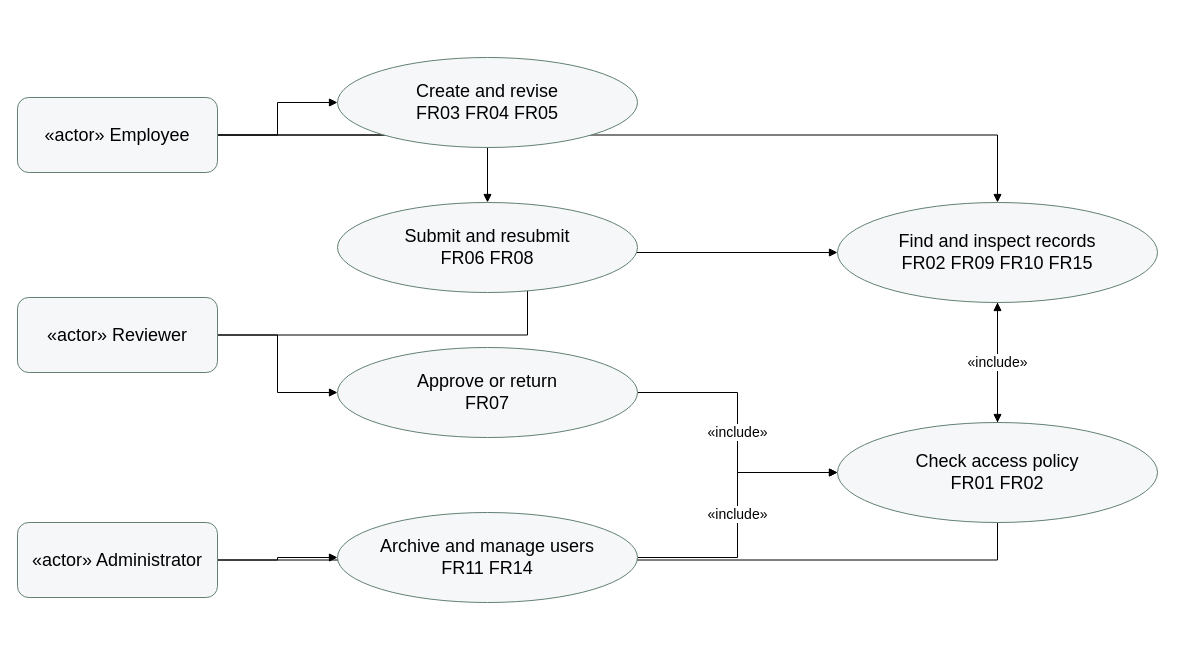
Above: diagrams/use_cases.drawio in disasq/electronic-document-flow-system (draw.io), before the change. Source tidied: cells renumbered, new cells numbered last; positions are measured from the earlier drawing's top-left corner, leaving out a move shared by most shapes. Both pictures are drawn from the tidied source at 100%, with x=0, y=0 at pixel (17, 57).
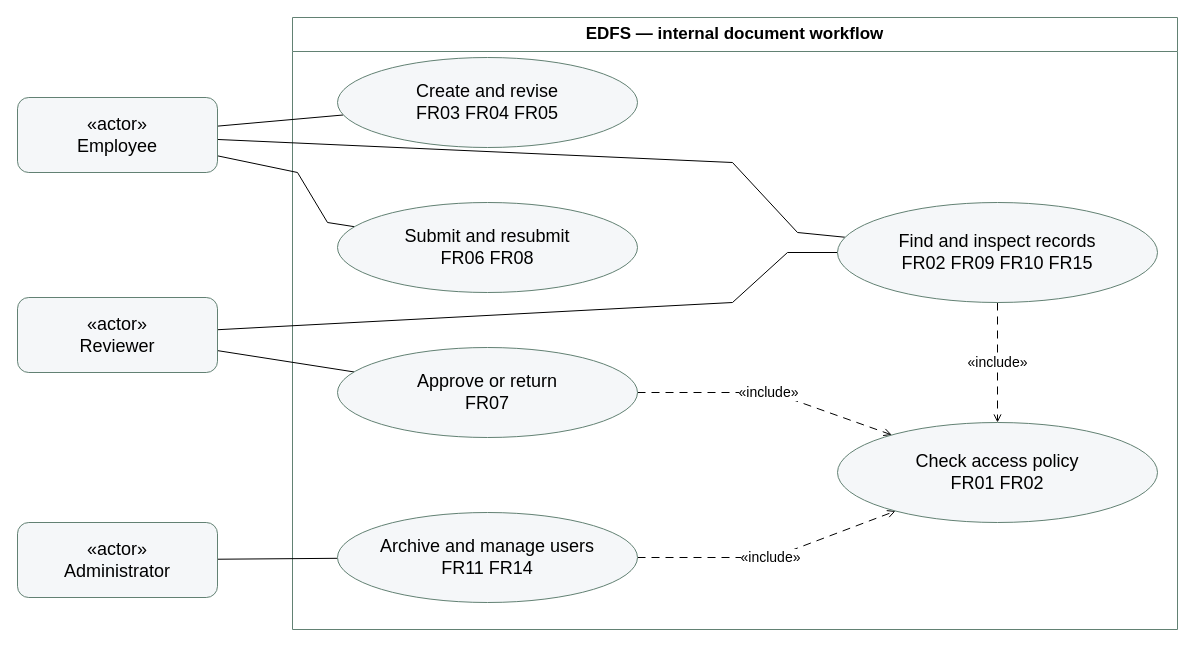
The same diagram, later.

The change refers to these unchanged cells:
```xml
<mxCell id="15" value="Create and revise&lt;br&gt;FR03 FR04 FR05" style="ellipse;whiteSpace=wrap;html=1;fillColor=#f5f7f9;strokeColor=#628173;fontSize=18;" parent="1" vertex="1">
  <mxGeometry x="320" width="300" height="90" as="geometry" />
</mxCell>
<mxCell id="16" value="Submit and resubmit&lt;br&gt;FR06 FR08" style="ellipse;whiteSpace=wrap;html=1;fillColor=#f5f7f9;strokeColor=#628173;fontSize=18;" parent="1" vertex="1">
  <mxGeometry x="320" y="145" width="300" height="90" as="geometry" />
</mxCell>
<mxCell id="17" value="Approve or return&lt;br&gt;FR07" style="ellipse;whiteSpace=wrap;html=1;fillColor=#f5f7f9;strokeColor=#628173;fontSize=18;" parent="1" vertex="1">
  <mxGeometry x="320" y="290" width="300" height="90" as="geometry" />
</mxCell>
<mxCell id="18" value="Archive and manage users&lt;br&gt;FR11 FR14" style="ellipse;whiteSpace=wrap;html=1;fillColor=#f5f7f9;strokeColor=#628173;fontSize=18;" parent="1" vertex="1">
  <mxGeometry x="320" y="455" width="300" height="90" as="geometry" />
</mxCell>
<mxCell id="19" value="Find and inspect records&lt;br&gt;FR02 FR09 FR10 FR15" style="ellipse;whiteSpace=wrap;html=1;fillColor=#f5f7f9;strokeColor=#628173;fontSize=18;" parent="1" vertex="1">
  <mxGeometry x="820" y="145" width="320" height="100" as="geometry" />
</mxCell>
<mxCell id="20" value="Check access policy&lt;br&gt;FR01 FR02" style="ellipse;whiteSpace=wrap;html=1;fillColor=#f5f7f9;strokeColor=#628173;fontSize=18;" parent="1" vertex="1">
  <mxGeometry x="820" y="365" width="320" height="100" as="geometry" />
</mxCell>
```

What changed in the source:
```diff
@@
+    <mxCell id="21" value="EDFS — internal document workflow" style="swimlane;startSize=34;horizontal=1;rounded=0;whiteSpace=wrap;html=1;fillColor=#ffffff;strokeColor=#628173;fontSize=17;fontStyle=1;" parent="1" vertex="1">
+      <mxGeometry x="275" y="-40" width="885" height="612" as="geometry" />
+    </mxCell>
-    <mxCell id="2" style="edgeStyle=orthogonalEdgeStyle;rounded=0;endArrow=block;html=1;fontSize=14;" parent="1" edge="1" source="12" target="15">
+    <mxCell id="2" style="edgeStyle=none;rounded=0;html=1;fontSize=14;startArrow=none;endArrow=none;" parent="1" edge="1" source="12" target="15">
       <mxGeometry relative="1" as="geometry" />
     </mxCell>
-    <mxCell id="3" style="edgeStyle=orthogonalEdgeStyle;rounded=0;endArrow=block;html=1;fontSize=14;" parent="1" edge="1" source="12" target="16">
-      <mxGeometry relative="1" as="geometry" />
+    <mxCell id="3" style="edgeStyle=none;rounded=0;html=1;fontSize=14;startArrow=none;endArrow=none;" parent="1" edge="1" source="12" target="16">
+      <mxGeometry relative="1" as="geometry">
+        <Array as="points">
+          <mxPoint x="280" y="115" />
+          <mxPoint x="310" y="165" />
+        </Array>
+      </mxGeometry>
     </mxCell>
-    <mxCell id="4" style="edgeStyle=orthogonalEdgeStyle;rounded=0;endArrow=block;html=1;fontSize=14;" parent="1" edge="1" source="13" target="17">
+    <mxCell id="4" style="edgeStyle=none;rounded=0;html=1;fontSize=14;startArrow=none;endArrow=none;" parent="1" edge="1" source="13" target="17">
       <mxGeometry relative="1" as="geometry" />
     </mxCell>
-    <mxCell id="5" style="edgeStyle=orthogonalEdgeStyle;rounded=0;endArrow=block;html=1;fontSize=14;" parent="1" edge="1" source="14" target="18">
+    <mxCell id="5" style="edgeStyle=none;rounded=0;html=1;fontSize=14;startArrow=none;endArrow=none;" parent="1" edge="1" source="14" target="18">
       <mxGeometry relative="1" as="geometry" />
     </mxCell>
-    <mxCell id="6" style="edgeStyle=orthogonalEdgeStyle;rounded=0;endArrow=block;html=1;fontSize=14;" parent="1" edge="1" source="12" target="19">
-      <mxGeometry relative="1" as="geometry" />
+    <mxCell id="6" style="edgeStyle=none;rounded=0;html=1;fontSize=14;startArrow=none;endArrow=none;" parent="1" edge="1" source="12" target="19">
+      <mxGeometry relative="1" as="geometry">
+        <Array as="points">
+          <mxPoint x="715" y="105" />
+          <mxPoint x="780" y="175" />
+        </Array>
+      </mxGeometry>
     </mxCell>
-    <mxCell id="7" style="edgeStyle=orthogonalEdgeStyle;rounded=0;endArrow=block;html=1;fontSize=14;" parent="1" edge="1" source="13" target="19">
-      <mxGeometry relative="1" as="geometry" />
+    <mxCell id="7" style="edgeStyle=none;rounded=0;html=1;fontSize=14;startArrow=none;endArrow=none;" parent="1" edge="1" source="13" target="19">
+      <mxGeometry relative="1" as="geometry">
+        <Array as="points">
+          <mxPoint x="715" y="245" />
+          <mxPoint x="770" y="195" />
+        </Array>
+      </mxGeometry>
     </mxCell>
-    <mxCell id="8" style="edgeStyle=orthogonalEdgeStyle;rounded=0;endArrow=block;html=1;fontSize=14;" parent="1" edge="1" source="14" target="19">
-      <mxGeometry relative="1" as="geometry" />
-    </mxCell>
-    <mxCell id="9" value="«include»" style="edgeStyle=orthogonalEdgeStyle;rounded=0;endArrow=block;html=1;fontSize=14;" parent="1" edge="1" source="19" target="20">
+    <mxCell id="9" value="«include»" style="edgeStyle=none;rounded=0;html=1;fontSize=14;dashed=1;dashPattern=8 6;endArrow=open;endFill=0;" parent="1" edge="1" source="19" target="20">
       <mxGeometry relative="1" as="geometry" />
     </mxCell>
-    <mxCell id="10" value="«include»" style="edgeStyle=orthogonalEdgeStyle;rounded=0;endArrow=block;html=1;fontSize=14;" parent="1" edge="1" source="17" target="20">
-      <mxGeometry relative="1" as="geometry" />
+    <mxCell id="10" value="«include»" style="edgeStyle=none;rounded=0;html=1;fontSize=14;dashed=1;dashPattern=8 6;endArrow=open;endFill=0;" parent="1" edge="1" source="17" target="20">
+      <mxGeometry relative="1" as="geometry">
+        <Array as="points">
+          <mxPoint x="755" y="335" />
+        </Array>
+      </mxGeometry>
     </mxCell>
-    <mxCell id="11" value="«include»" style="edgeStyle=orthogonalEdgeStyle;rounded=0;endArrow=block;html=1;fontSize=14;" parent="1" edge="1" source="18" target="20">
-      <mxGeometry relative="1" as="geometry" />
+    <mxCell id="11" value="«include»" style="edgeStyle=none;rounded=0;html=1;fontSize=14;dashed=1;dashPattern=8 6;endArrow=open;endFill=0;" parent="1" edge="1" source="18" target="20">
+      <mxGeometry relative="1" as="geometry">
+        <Array as="points">
+          <mxPoint x="755" y="500" />
+        </Array>
+      </mxGeometry>
     </mxCell>
-    <mxCell id="12" value="«actor» Employee" style="rounded=1;whiteSpace=wrap;html=1;fillColor=#f5f7f9;strokeColor=#628173;fontSize=18;" parent="1" vertex="1">
+    <mxCell id="12" value="«actor»&lt;br&gt;Employee" style="rounded=1;whiteSpace=wrap;html=1;fillColor=#f5f7f9;strokeColor=#628173;fontSize=18;" parent="1" vertex="1">
       <mxGeometry y="40" width="200" height="75" as="geometry" />
     </mxCell>
-    <mxCell id="13" value="«actor» Reviewer" style="rounded=1;whiteSpace=wrap;html=1;fillColor=#f5f7f9;strokeColor=#628173;fontSize=18;" parent="1" vertex="1">
+    <mxCell id="13" value="«actor»&lt;br&gt;Reviewer" style="rounded=1;whiteSpace=wrap;html=1;fillColor=#f5f7f9;strokeColor=#628173;fontSize=18;" parent="1" vertex="1">
       <mxGeometry y="240" width="200" height="75" as="geometry" />
     </mxCell>
-    <mxCell id="14" value="«actor» Administrator" style="rounded=1;whiteSpace=wrap;html=1;fillColor=#f5f7f9;strokeColor=#628173;fontSize=18;" parent="1" vertex="1">
+    <mxCell id="14" value="«actor»&lt;br&gt;Administrator" style="rounded=1;whiteSpace=wrap;html=1;fillColor=#f5f7f9;strokeColor=#628173;fontSize=18;" parent="1" vertex="1">
       <mxGeometry y="465" width="200" height="75" as="geometry" />
     </mxCell>
```
